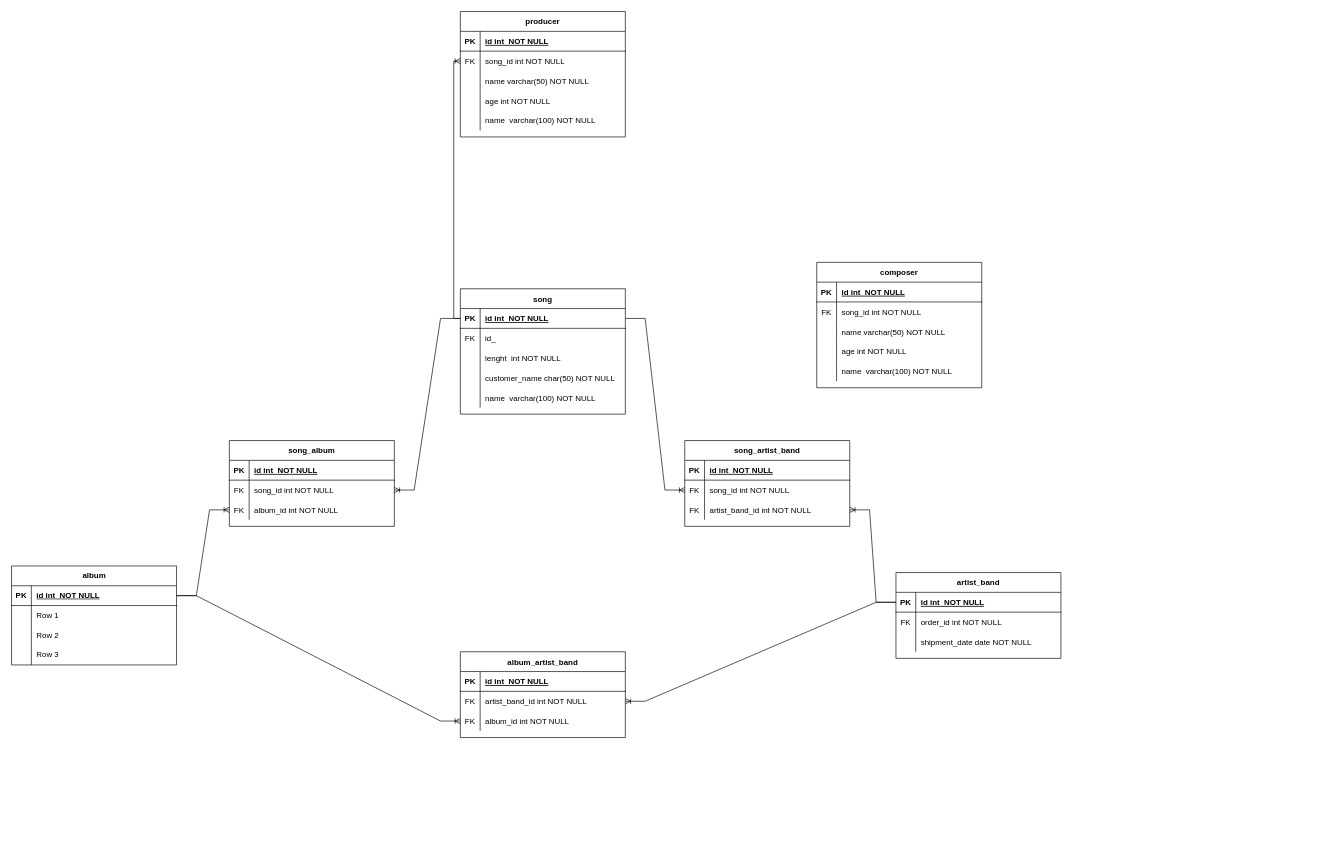
The draw.io diagram model_conceptual.drawio in vitorjurj/examen_sem1_db, before the edit. Source tidied: cells renumbered, new cells numbered last; positions are measured from the earlier drawing's top-left corner, leaving out a move shared by most shapes. Both pictures are drawn from the tidied source at 66%, with x=0, y=0 at pixel (11, 11).
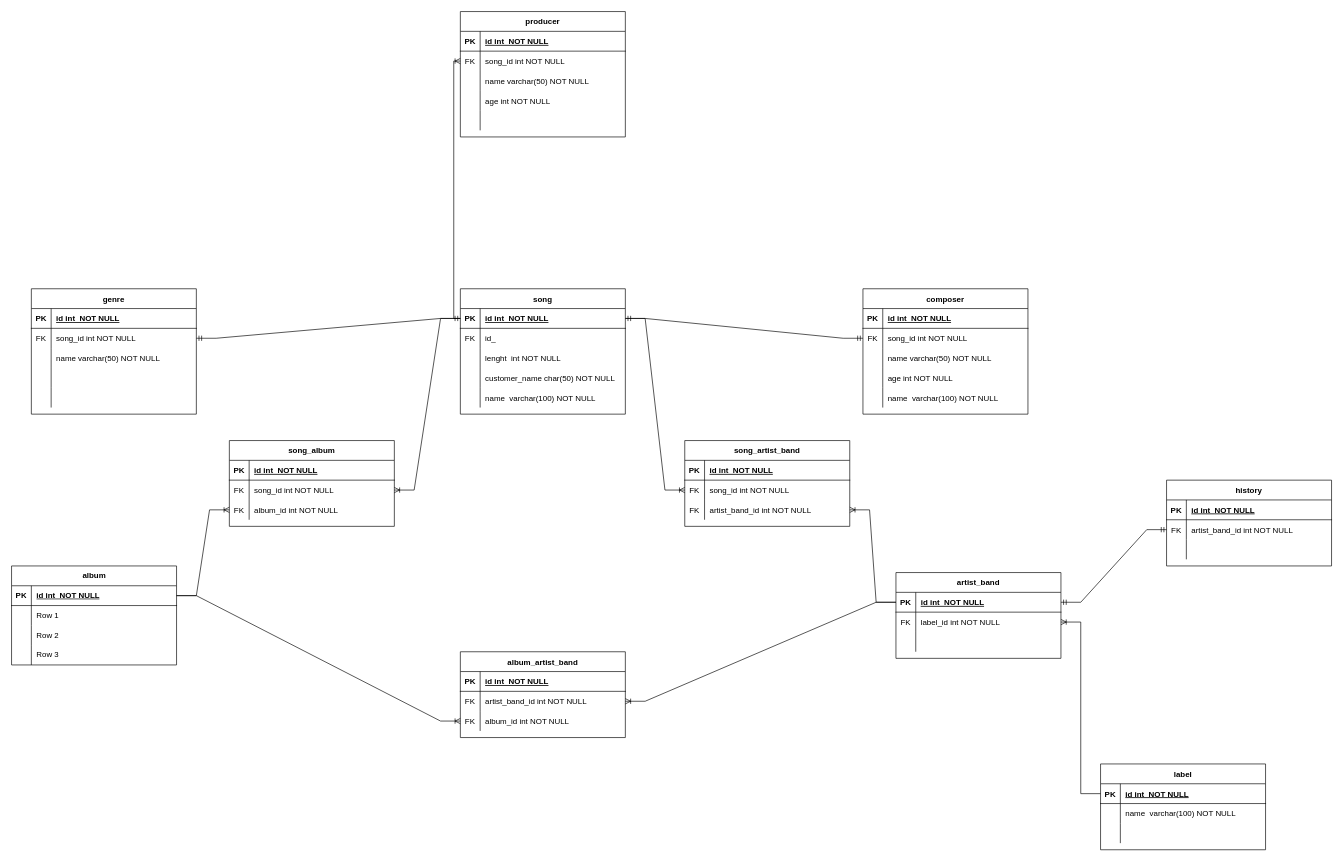
The same diagram, later.

The change refers to these unchanged cells:
```xml
<mxCell id="13" style="shape=partialRectangle;fillColor=none;points=[[0,0.5],[1,0.5]];portConstraint=eastwest;top=0;left=0;right=0;bottom=1;" parent="12" vertex="1">
  <mxGeometry y="30" width="250" height="30" as="geometry" />
</mxCell>
<mxCell id="16" style="shape=partialRectangle;fillColor=none;points=[[0,0.5],[1,0.5]];portConstraint=eastwest;top=0;left=0;right=0;bottom=0;" parent="12" vertex="1">
  <mxGeometry y="60" width="250" height="30" as="geometry" />
</mxCell>
<mxCell id="19" style="shape=partialRectangle;fillColor=none;top=0;left=0;right=0;bottom=0;" parent="12" vertex="1">
  <mxGeometry y="90" width="250" height="30" as="geometry" />
</mxCell>
<mxCell id="23" style="shape=partialRectangle;fillColor=none;points=[[0,0.5],[1,0.5]];portConstraint=eastwest;top=0;left=0;right=0;bottom=1;" parent="22" vertex="1">
  <mxGeometry y="30" width="250" height="30" as="geometry" />
</mxCell>
<mxCell id="90" style="shape=partialRectangle;fillColor=none;top=0;left=0;right=0;bottom=0;" parent="77" vertex="1">
  <mxGeometry y="150" width="250" height="30" as="geometry" />
</mxCell>
<mxCell id="98" style="shape=partialRectangle;fillColor=none;points=[[0,0.5],[1,0.5]];portConstraint=eastwest;top=0;left=0;right=0;bottom=0;" parent="94" vertex="1">
  <mxGeometry y="60" width="250" height="30" as="geometry" />
</mxCell>
```

Change to the diagram source:
```diff
@@
-    <mxCell id="18" value="order_id int NOT NULL" style="shape=partialRectangle;overflow=hidden;fillColor=none;top=0;left=0;bottom=0;right=0;align=left;spacingLeft=6;" parent="16" vertex="1">
+    <mxCell id="18" value="label_id int NOT NULL" style="shape=partialRectangle;overflow=hidden;fillColor=none;top=0;left=0;bottom=0;right=0;align=left;spacingLeft=6;" parent="16" vertex="1">
       <mxGeometry x="30" width="220" height="30" as="geometry" />
     </mxCell>
@@
-    <mxCell id="21" value="shipment_date date NOT NULL" style="shape=partialRectangle;overflow=hidden;fillColor=none;top=0;left=0;bottom=0;right=0;align=left;spacingLeft=6;" parent="19" vertex="1">
+    <mxCell id="21" style="shape=partialRectangle;overflow=hidden;fillColor=none;top=0;left=0;bottom=0;right=0;align=left;spacingLeft=6;" parent="19" vertex="1">
       <mxGeometry x="30" width="220" height="30" as="geometry" />
     </mxCell>
@@
-    <mxCell id="92" value="name  varchar(100) NOT NULL" style="shape=partialRectangle;overflow=hidden;fillColor=none;top=0;left=0;bottom=0;right=0;align=left;spacingLeft=6;" parent="90" vertex="1">
+    <mxCell id="92" style="shape=partialRectangle;overflow=hidden;fillColor=none;top=0;left=0;bottom=0;right=0;align=left;spacingLeft=6;" parent="90" vertex="1">
       <mxGeometry x="30" width="220" height="30" as="geometry" />
     </mxCell>
@@
     <mxCell id="94" value="composer" style="shape=table;startSize=30;childLayout=tableLayout;rowLines=0;fontStyle=1;align=center;" parent="1" vertex="1">
-      <mxGeometry x="1220" y="380" width="250" height="190" as="geometry" />
+      <mxGeometry x="1290" y="420" width="250" height="190" as="geometry" />
     </mxCell>
@@
+    <mxCell id="110" style="edgeStyle=entityRelationEdgeStyle;fontSize=12;html=1;endArrow=ERmandOne;startArrow=ERmandOne;rounded=0;exitX=1;exitY=0.5;exitDx=0;exitDy=0;entryX=0;entryY=0.5;entryDx=0;entryDy=0;" parent="1" edge="1" source="23" target="98">
+      <mxGeometry relative="1" as="geometry" />
+    </mxCell>
+    <mxCell id="111" value="genre" style="shape=table;startSize=30;childLayout=tableLayout;rowLines=0;fontStyle=1;align=center;" parent="1" vertex="1">
+      <mxGeometry x="30" y="420" width="250" height="190" as="geometry" />
+    </mxCell>
+    <mxCell id="112" style="shape=partialRectangle;fillColor=none;top=0;left=0;right=0;bottom=1;" parent="111" vertex="1">
+      <mxGeometry y="30" width="250" height="30" as="geometry" />
+    </mxCell>
+    <mxCell id="113" value="PK" style="shape=partialRectangle;overflow=hidden;fillColor=none;top=0;left=0;bottom=0;right=0;fontStyle=1;" parent="112" vertex="1">
+      <mxGeometry width="30" height="30" as="geometry" />
+    </mxCell>
+    <mxCell id="114" value="id int  NOT NULL" style="shape=partialRectangle;overflow=hidden;fillColor=none;top=0;left=0;bottom=0;right=0;align=left;spacingLeft=6;fontStyle=5;" parent="112" vertex="1">
+      <mxGeometry x="30" width="220" height="30" as="geometry" />
+    </mxCell>
+    <mxCell id="115" style="shape=partialRectangle;fillColor=none;points=[[0,0.5],[1,0.5]];portConstraint=eastwest;top=0;left=0;right=0;bottom=0;" parent="111" vertex="1">
+      <mxGeometry y="60" width="250" height="30" as="geometry" />
+    </mxCell>
+    <mxCell id="116" value="FK" style="shape=partialRectangle;overflow=hidden;fillColor=none;top=0;left=0;bottom=0;right=0;" parent="115" vertex="1">
+      <mxGeometry width="30" height="30" as="geometry" />
+    </mxCell>
+    <mxCell id="117" value="song_id int NOT NULL" style="shape=partialRectangle;overflow=hidden;fillColor=none;top=0;left=0;bottom=0;right=0;align=left;spacingLeft=6;" parent="115" vertex="1">
+      <mxGeometry x="30" width="220" height="30" as="geometry" />
+    </mxCell>
+    <mxCell id="118" style="shape=partialRectangle;fillColor=none;top=0;left=0;right=0;bottom=0;" parent="111" vertex="1">
+      <mxGeometry y="90" width="250" height="30" as="geometry" />
+    </mxCell>
+    <mxCell id="119" style="shape=partialRectangle;overflow=hidden;fillColor=none;top=0;left=0;bottom=0;right=0;" parent="118" vertex="1">
+      <mxGeometry width="30" height="30" as="geometry" />
+    </mxCell>
+    <mxCell id="120" value="name varchar(50) NOT NULL" style="shape=partialRectangle;overflow=hidden;fillColor=none;top=0;left=0;bottom=0;right=0;align=left;spacingLeft=6;" parent="118" vertex="1">
+      <mxGeometry x="30" width="220" height="30" as="geometry" />
+    </mxCell>
+    <mxCell id="121" style="shape=partialRectangle;fillColor=none;top=0;left=0;right=0;bottom=0;" parent="111" vertex="1">
+      <mxGeometry y="120" width="250" height="30" as="geometry" />
+    </mxCell>
+    <mxCell id="122" style="shape=partialRectangle;overflow=hidden;fillColor=none;top=0;left=0;bottom=0;right=0;" parent="121" vertex="1">
+      <mxGeometry width="30" height="30" as="geometry" />
+    </mxCell>
+    <mxCell id="123" style="shape=partialRectangle;overflow=hidden;fillColor=none;top=0;left=0;bottom=0;right=0;align=left;spacingLeft=6;" parent="121" vertex="1">
+      <mxGeometry x="30" width="220" height="30" as="geometry" />
+    </mxCell>
+    <mxCell id="124" style="shape=partialRectangle;fillColor=none;top=0;left=0;right=0;bottom=0;" parent="111" vertex="1">
+      <mxGeometry y="150" width="250" height="30" as="geometry" />
+    </mxCell>
+    <mxCell id="125" style="shape=partialRectangle;overflow=hidden;fillColor=none;top=0;left=0;bottom=0;right=0;" parent="124" vertex="1">
+      <mxGeometry width="30" height="30" as="geometry" />
+    </mxCell>
+    <mxCell id="126" style="shape=partialRectangle;overflow=hidden;fillColor=none;top=0;left=0;bottom=0;right=0;align=left;spacingLeft=6;" parent="124" vertex="1">
+      <mxGeometry x="30" width="220" height="30" as="geometry" />
+    </mxCell>
+    <mxCell id="127" style="edgeStyle=entityRelationEdgeStyle;fontSize=12;html=1;endArrow=ERmandOne;startArrow=ERmandOne;rounded=0;exitX=1;exitY=0.5;exitDx=0;exitDy=0;entryX=0;entryY=0.5;entryDx=0;entryDy=0;" parent="1" edge="1" source="115" target="23">
+      <mxGeometry relative="1" as="geometry" />
+    </mxCell>
+    <mxCell id="128" value="label" style="shape=table;startSize=30;childLayout=tableLayout;rowLines=0;fontStyle=1;align=center;" parent="1" vertex="1">
+      <mxGeometry x="1650" y="1140" width="250" height="130" as="geometry" />
+    </mxCell>
+    <mxCell id="129" style="shape=partialRectangle;fillColor=none;points=[[0,0.5],[1,0.5]];portConstraint=eastwest;top=0;left=0;right=0;bottom=1;" parent="128" vertex="1">
+      <mxGeometry y="30" width="250" height="30" as="geometry" />
+    </mxCell>
+    <mxCell id="130" value="PK" style="shape=partialRectangle;overflow=hidden;fillColor=none;top=0;left=0;bottom=0;right=0;fontStyle=1;" parent="129" vertex="1">
+      <mxGeometry width="30" height="30" as="geometry" />
+    </mxCell>
+    <mxCell id="131" value="id int  NOT NULL" style="shape=partialRectangle;overflow=hidden;fillColor=none;top=0;left=0;bottom=0;right=0;align=left;spacingLeft=6;fontStyle=5;" parent="129" vertex="1">
+      <mxGeometry x="30" width="220" height="30" as="geometry" />
+    </mxCell>
+    <mxCell id="132" style="shape=partialRectangle;fillColor=none;top=0;left=0;right=0;bottom=0;" parent="128" vertex="1">
+      <mxGeometry y="60" width="250" height="30" as="geometry" />
+    </mxCell>
+    <mxCell id="133" style="shape=partialRectangle;overflow=hidden;fillColor=none;top=0;left=0;bottom=0;right=0;" parent="132" vertex="1">
+      <mxGeometry width="30" height="30" as="geometry" />
+    </mxCell>
+    <mxCell id="134" value="name  varchar(100) NOT NULL" style="shape=partialRectangle;overflow=hidden;fillColor=none;top=0;left=0;bottom=0;right=0;align=left;spacingLeft=6;" parent="132" vertex="1">
+      <mxGeometry x="30" width="220" height="30" as="geometry" />
+    </mxCell>
+    <mxCell id="135" style="shape=partialRectangle;fillColor=none;top=0;left=0;right=0;bottom=0;" parent="128" vertex="1">
+      <mxGeometry y="90" width="250" height="30" as="geometry" />
+    </mxCell>
+    <mxCell id="136" style="shape=partialRectangle;overflow=hidden;fillColor=none;top=0;left=0;bottom=0;right=0;" parent="135" vertex="1">
+      <mxGeometry width="30" height="30" as="geometry" />
+    </mxCell>
+    <mxCell id="137" style="shape=partialRectangle;overflow=hidden;fillColor=none;top=0;left=0;bottom=0;right=0;align=left;spacingLeft=6;" parent="135" vertex="1">
+      <mxGeometry x="30" width="220" height="30" as="geometry" />
+    </mxCell>
+    <mxCell id="138" style="edgeStyle=entityRelationEdgeStyle;fontSize=12;html=1;endArrow=ERoneToMany;rounded=0;exitX=0;exitY=0.5;exitDx=0;exitDy=0;entryX=1;entryY=0.5;entryDx=0;entryDy=0;" parent="1" edge="1" source="129" target="16">
+      <mxGeometry relative="1" as="geometry" />
+    </mxCell>
+    <mxCell id="139" value="history" style="shape=table;startSize=30;childLayout=tableLayout;rowLines=0;fontStyle=1;align=center;" parent="1" vertex="1">
+      <mxGeometry x="1750" y="710" width="250" height="130" as="geometry" />
+    </mxCell>
+    <mxCell id="140" style="shape=partialRectangle;fillColor=none;top=0;left=0;right=0;bottom=1;" parent="139" vertex="1">
+      <mxGeometry y="30" width="250" height="30" as="geometry" />
+    </mxCell>
+    <mxCell id="141" value="PK" style="shape=partialRectangle;overflow=hidden;fillColor=none;top=0;left=0;bottom=0;right=0;fontStyle=1;" parent="140" vertex="1">
+      <mxGeometry width="30" height="30" as="geometry" />
+    </mxCell>
+    <mxCell id="142" value="id int  NOT NULL" style="shape=partialRectangle;overflow=hidden;fillColor=none;top=0;left=0;bottom=0;right=0;align=left;spacingLeft=6;fontStyle=5;" parent="140" vertex="1">
+      <mxGeometry x="30" width="220" height="30" as="geometry" />
+    </mxCell>
+    <mxCell id="143" style="shape=partialRectangle;fillColor=none;points=[[0,0.5],[1,0.5]];portConstraint=eastwest;top=0;left=0;right=0;bottom=0;" parent="139" vertex="1">
+      <mxGeometry y="60" width="250" height="30" as="geometry" />
+    </mxCell>
+    <mxCell id="144" value="FK" style="shape=partialRectangle;overflow=hidden;fillColor=none;top=0;left=0;bottom=0;right=0;" parent="143" vertex="1">
+      <mxGeometry width="30" height="30" as="geometry" />
+    </mxCell>
+    <mxCell id="145" value="artist_band_id int NOT NULL" style="shape=partialRectangle;overflow=hidden;fillColor=none;top=0;left=0;bottom=0;right=0;align=left;spacingLeft=6;" parent="143" vertex="1">
+      <mxGeometry x="30" width="220" height="30" as="geometry" />
+    </mxCell>
+    <mxCell id="146" style="shape=partialRectangle;fillColor=none;top=0;left=0;right=0;bottom=0;" parent="139" vertex="1">
+      <mxGeometry y="90" width="250" height="30" as="geometry" />
+    </mxCell>
+    <mxCell id="147" style="shape=partialRectangle;overflow=hidden;fillColor=none;top=0;left=0;bottom=0;right=0;" parent="146" vertex="1">
+      <mxGeometry width="30" height="30" as="geometry" />
+    </mxCell>
+    <mxCell id="148" style="shape=partialRectangle;overflow=hidden;fillColor=none;top=0;left=0;bottom=0;right=0;align=left;spacingLeft=6;" parent="146" vertex="1">
+      <mxGeometry x="30" width="220" height="30" as="geometry" />
+    </mxCell>
+    <mxCell id="149" style="edgeStyle=entityRelationEdgeStyle;fontSize=12;html=1;endArrow=ERmandOne;startArrow=ERmandOne;rounded=0;exitX=1;exitY=0.5;exitDx=0;exitDy=0;entryX=0;entryY=0.5;entryDx=0;entryDy=0;" parent="1" edge="1" source="13" target="143">
+      <mxGeometry relative="1" as="geometry" />
+    </mxCell>
```
